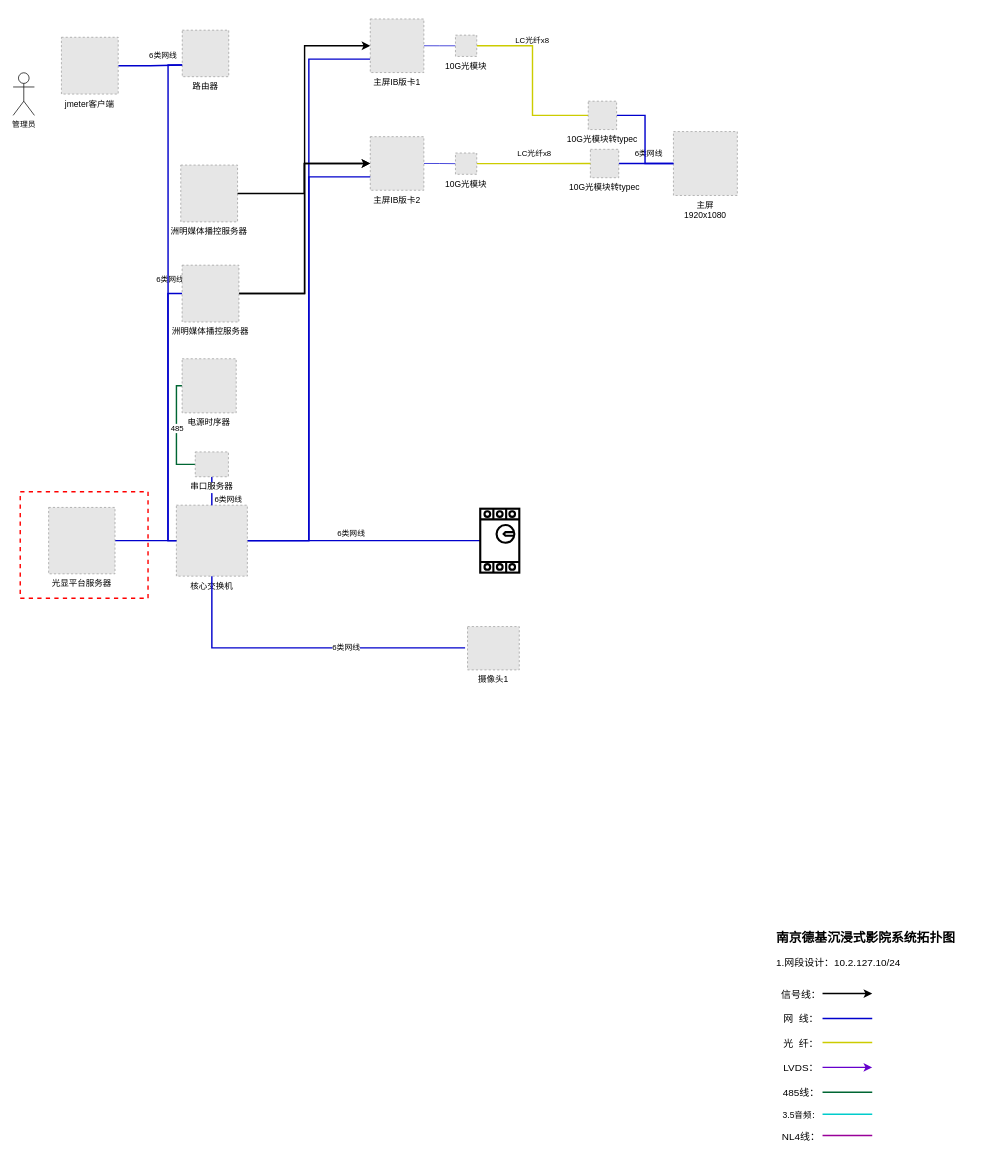
Above: 南京德基沉浸式影院系统拓扑.drawio in StephenYoung007/ajax (draw.io), before the change. Source tidied: cells renumbered, new cells numbered last; positions are measured from the earlier drawing's top-left corner, leaving out a move shared by most shapes. Both pictures are drawn from the tidied source at 71%, with x=0, y=0 at pixel (13, 18). Pictures stored in the file or linked from it are replaced by grey dashed boxes.
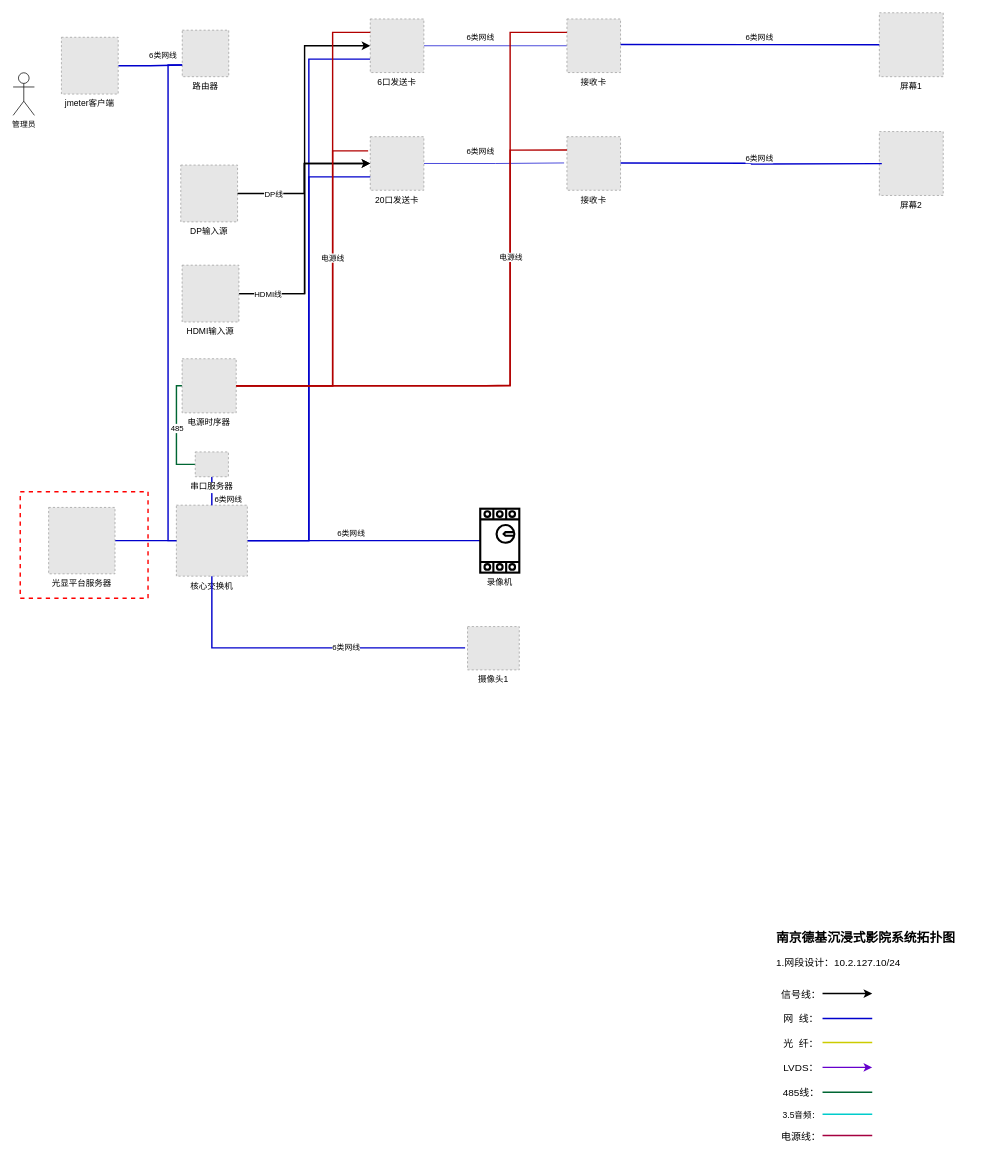
After the change.

Commit message (it also covers changes not shown here):
更新南京德基沉浸式影院系统拓扑.drawio

The change refers to these unchanged cells:
```xml
<mxCell id="8" style="edgeStyle=orthogonalEdgeStyle;shape=connector;rounded=0;jettySize=auto;html=1;exitX=1;exitY=0.5;exitDx=0;exitDy=0;entryX=0;entryY=0.5;entryDx=0;entryDy=0;labelBackgroundColor=default;strokeColor=default;strokeWidth=2;align=center;verticalAlign=middle;fontFamily=Helvetica;fontSize=11;fontColor=default;endArrow=classic;" parent="1" edge="1" source="9" target="64">
  <mxGeometry relative="1" as="geometry" />
</mxCell>
<mxCell id="21" value="核心交换机" style="fillColor=#E6E6E6;strokeColor=#999999;dashed=1;verticalLabelPosition=bottom;labelBackgroundColor=default;verticalAlign=top;" parent="1" vertex="1">
  <mxGeometry x="229.9" y="685" width="100" height="100" as="geometry" />
</mxCell>
<mxCell id="24" value="电源时序器" style="fillColor=#E6E6E6;strokeColor=#999999;dashed=1;verticalLabelPosition=bottom;labelBackgroundColor=default;verticalAlign=top;" parent="1" vertex="1">
  <mxGeometry x="238" y="478.8" width="76.2" height="76.2" as="geometry" />
</mxCell>
<mxCell id="59" style="group;" parent="40" vertex="1">
  <mxGeometry y="200" width="130" height="30" as="geometry" />
</mxCell>
<mxCell id="70" style="endArrow=classic;html=1;rounded=0;edgeStyle=orthogonalEdgeStyle;exitX=1;exitY=0.5;exitDx=0;exitDy=0;strokeWidth=2;entryX=0;entryY=0.5;entryDx=0;entryDy=0;" parent="1" edge="1" source="69" target="4">
  <mxGeometry relative="1" as="geometry">
    <Array as="points">
      <mxPoint x="410" y="246" />
      <mxPoint x="410" y="204" />
    </Array>
  </mxGeometry>
</mxCell>
```

What changed in the source:
```diff
@@
-    <mxCell id="3" style="edgeStyle=orthogonalEdgeStyle;rounded=0;jettySize=auto;html=1;exitX=1;exitY=0.5;exitDx=0;exitDy=0;entryX=0;entryY=0.5;entryDx=0;entryDy=0;strokeColor=#0000CC;endArrow=none;endFill=0;" parent="1" edge="1" source="4" target="16">
+    <mxCell id="3" style="edgeStyle=orthogonalEdgeStyle;rounded=0;jettySize=auto;html=1;exitX=1;exitY=0.5;exitDx=0;exitDy=0;entryX=-0.053;entryY=0.49;entryDx=0;entryDy=0;strokeColor=#0000CC;endArrow=none;endFill=0;entryPerimeter=0;" parent="1" edge="1" source="4" target="76">
       <mxGeometry relative="1" as="geometry" />
     </mxCell>
-    <mxCell id="4" value="主屏IB版卡2" style="fillColor=#E6E6E6;strokeColor=#999999;dashed=1;verticalLabelPosition=bottom;labelBackgroundColor=default;verticalAlign=top;" parent="1" vertex="1">
+    <mxCell id="4" value="20口发送卡" style="fillColor=#E6E6E6;strokeColor=#999999;dashed=1;verticalLabelPosition=bottom;labelBackgroundColor=default;verticalAlign=top;" parent="1" vertex="1">
       <mxGeometry x="503" y="166" width="75.5" height="75.5" as="geometry" />
     </mxCell>
@@
-    <mxCell id="6" style="edgeStyle=orthogonalEdgeStyle;shape=connector;rounded=0;jettySize=auto;html=1;exitX=0;exitY=0.5;exitDx=0;exitDy=0;entryX=0;entryY=0.5;entryDx=0;entryDy=0;labelBackgroundColor=default;strokeColor=#0000CC;strokeWidth=2;align=center;verticalAlign=middle;fontFamily=Helvetica;fontSize=11;fontColor=default;endArrow=none;endFill=0;" parent="1" edge="1" source="9" target="21">
-      <mxGeometry relative="1" as="geometry" />
-    </mxCell>
-    <mxCell id="7" value="6类网线" style="edgeLabel;html=1;align=center;verticalAlign=middle;fontSize=11;fontFamily=Helvetica;fontColor=default;" parent="6" vertex="1">
-      <mxGeometry x="-0.94" y="2" relative="1" as="geometry">
-        <mxPoint x="-7" y="-23" as="offset" />
-      </mxGeometry>
-    </mxCell>
@@
+    <mxCell id="72" value="HDMI线" style="edgeLabel;html=1;align=center;verticalAlign=middle;" parent="8" vertex="1">
+      <mxGeometry x="-0.85" y="-1" relative="1" as="geometry" />
+    </mxCell>
-    <mxCell id="9" value="洲明媒体播控服务器" style="fillColor=#E6E6E6;strokeColor=#999999;dashed=1;verticalLabelPosition=bottom;labelBackgroundColor=default;verticalAlign=top;" parent="1" vertex="1">
+    <mxCell id="9" value="HDMI输入源" style="fillColor=#E6E6E6;strokeColor=#999999;dashed=1;verticalLabelPosition=bottom;labelBackgroundColor=default;verticalAlign=top;" parent="1" vertex="1">
       <mxGeometry x="238" y="347" width="80" height="80" as="geometry" />
     </mxCell>
-    <mxCell id="10" value="主屏&#10;1920x1080" style="fillColor=#E6E6E6;strokeColor=#999999;dashed=1;verticalLabelPosition=bottom;labelBackgroundColor=default;verticalAlign=top;" parent="1" vertex="1">
-      <mxGeometry x="930" y="158.8" width="90" height="90" as="geometry" />
+    <mxCell id="10" value="屏幕1" style="fillColor=#E6E6E6;strokeColor=#999999;dashed=1;verticalLabelPosition=bottom;labelBackgroundColor=default;verticalAlign=top;" parent="1" vertex="1">
+      <mxGeometry x="1220" y="-8.5" width="90" height="90" as="geometry" />
     </mxCell>
-    <mxCell id="11" style="edgeStyle=orthogonalEdgeStyle;rounded=0;jettySize=auto;html=1;exitX=1;exitY=0.5;exitDx=0;exitDy=0;strokeColor=#0000CC;strokeWidth=2;endArrow=none;endFill=0;" parent="1" edge="1" source="13" target="10">
-      <mxGeometry relative="1" as="geometry" />
-    </mxCell>
-    <mxCell id="12" value="6类网线" style="edgeLabel;html=1;align=center;verticalAlign=middle;fontSize=11;fontFamily=Helvetica;fontColor=default;" parent="11" vertex="1">
-      <mxGeometry x="0.06" y="4" relative="1" as="geometry">
-        <mxPoint y="-10" as="offset" />
-      </mxGeometry>
-    </mxCell>
-    <mxCell id="13" value="10G光模块转typec" style="fillColor=#E6E6E6;strokeColor=#999999;dashed=1;verticalLabelPosition=bottom;labelBackgroundColor=default;verticalAlign=top;" parent="1" vertex="1">
-      <mxGeometry x="813" y="183.8" width="40" height="40" as="geometry" />
-    </mxCell>
-    <mxCell id="14" style="edgeStyle=orthogonalEdgeStyle;rounded=0;jettySize=auto;html=1;exitX=1;exitY=0.5;exitDx=0;exitDy=0;strokeColor=#CCCC00;strokeWidth=2;endArrow=none;endFill=0;" parent="1" edge="1" source="16" target="13">
-      <mxGeometry relative="1" as="geometry" />
-    </mxCell>
-    <mxCell id="15" value="LC光纤x8" style="edgeLabel;html=1;align=center;verticalAlign=middle;" parent="14" vertex="1">
-      <mxGeometry x="-0.19" y="-2" relative="1" as="geometry">
-        <mxPoint x="15" y="-17" as="offset" />
-      </mxGeometry>
-    </mxCell>
-    <mxCell id="16" value="10G光模块" style="fillColor=#E6E6E6;strokeColor=#999999;dashed=1;verticalLabelPosition=bottom;labelBackgroundColor=default;verticalAlign=top;" parent="1" vertex="1">
-      <mxGeometry x="623" y="189" width="30" height="30" as="geometry" />
-    </mxCell>
@@
+    <mxCell id="73" style="edgeStyle=orthogonalEdgeStyle;rounded=0;jettySize=auto;html=1;fillColor=#e51400;strokeColor=#B20000;endArrow=none;startFill=0;strokeWidth=2;" parent="1" edge="1" source="24">
+      <mxGeometry relative="1" as="geometry">
+        <mxPoint x="500" y="186" as="targetPoint" />
+        <Array as="points">
+          <mxPoint x="450" y="517" />
+          <mxPoint x="450" y="186" />
+          <mxPoint x="480" y="186" />
+        </Array>
+      </mxGeometry>
+    </mxCell>
@@
-    <mxCell id="60" value="NL4线：" style="text;html=1;strokeColor=none;fillColor=none;align=center;verticalAlign=middle;whiteSpace=wrap;rounded=0;fontSize=14;fontFamily=Helvetica;fontColor=default;" parent="59" vertex="1">
+    <mxCell id="60" value="电源线：" style="text;html=1;strokeColor=none;fillColor=none;align=center;verticalAlign=middle;whiteSpace=wrap;rounded=0;fontSize=14;fontFamily=Helvetica;fontColor=default;" parent="59" vertex="1">
       <mxGeometry width="60" height="30" as="geometry" />
     </mxCell>
-    <mxCell id="61" style="endArrow=none;html=1;rounded=0;labelBackgroundColor=default;strokeColor=#990099;strokeWidth=2;align=center;verticalAlign=middle;fontFamily=Helvetica;fontSize=11;fontColor=default;shape=connector;edgeStyle=orthogonalEdgeStyle;endFill=0;" parent="59" edge="1">
+    <mxCell id="61" style="endArrow=none;html=1;rounded=0;labelBackgroundColor=default;strokeColor=#A50040;strokeWidth=2;align=center;verticalAlign=middle;fontFamily=Helvetica;fontSize=11;fontColor=default;shape=connector;edgeStyle=orthogonalEdgeStyle;endFill=0;fillColor=#d80073;" parent="59" edge="1">
       <mxGeometry relative="1" as="geometry">
         <mxPoint x="60" y="14.4" as="sourcePoint" />
         <mxPoint x="130" y="14.4" as="targetPoint" />
       </mxGeometry>
     </mxCell>
-    <mxCell id="62" style="edgeStyle=orthogonalEdgeStyle;shape=connector;rounded=0;jettySize=auto;html=1;exitX=1;exitY=0.5;exitDx=0;exitDy=0;entryX=0;entryY=0.5;entryDx=0;entryDy=0;labelBackgroundColor=default;strokeColor=#CCCC00;strokeWidth=2;align=center;verticalAlign=middle;fontFamily=Helvetica;fontSize=11;fontColor=default;endArrow=none;endFill=0;" parent="1" edge="1" source="67" target="66">
-      <mxGeometry relative="1" as="geometry" />
-    </mxCell>
-    <mxCell id="63" style="edgeStyle=orthogonalEdgeStyle;shape=connector;rounded=0;jettySize=auto;html=1;exitX=1;exitY=0.5;exitDx=0;exitDy=0;entryX=0;entryY=0.5;entryDx=0;entryDy=0;labelBackgroundColor=default;strokeColor=#0000CC;align=center;verticalAlign=middle;fontFamily=Helvetica;fontSize=11;fontColor=default;endArrow=none;endFill=0;" parent="1" edge="1" source="64" target="67">
+    <mxCell id="63" style="edgeStyle=orthogonalEdgeStyle;shape=connector;rounded=0;jettySize=auto;html=1;exitX=1;exitY=0.5;exitDx=0;exitDy=0;entryX=0;entryY=0.5;entryDx=0;entryDy=0;labelBackgroundColor=default;strokeColor=#0000CC;align=center;verticalAlign=middle;fontFamily=Helvetica;fontSize=11;fontColor=default;endArrow=none;endFill=0;" parent="1" edge="1" source="64" target="75">
       <mxGeometry relative="1" as="geometry" />
     </mxCell>
-    <mxCell id="64" value="主屏IB版卡1" style="fillColor=#E6E6E6;strokeColor=#999999;dashed=1;verticalLabelPosition=bottom;labelBackgroundColor=default;verticalAlign=top;" parent="1" vertex="1">
+    <mxCell id="64" value="6口发送卡" style="fillColor=#E6E6E6;strokeColor=#999999;dashed=1;verticalLabelPosition=bottom;labelBackgroundColor=default;verticalAlign=top;" parent="1" vertex="1">
       <mxGeometry x="503" y="0.2" width="75.5" height="75.5" as="geometry" />
     </mxCell>
-    <mxCell id="65" style="edgeStyle=orthogonalEdgeStyle;shape=connector;rounded=0;jettySize=auto;html=1;exitX=1;exitY=0.5;exitDx=0;exitDy=0;entryX=0;entryY=0.5;entryDx=0;entryDy=0;labelBackgroundColor=default;strokeColor=#0000CC;strokeWidth=2;align=center;verticalAlign=middle;fontFamily=Helvetica;fontSize=11;fontColor=default;endArrow=none;endFill=0;" parent="1" edge="1" source="66" target="10">
+    <mxCell id="65" style="edgeStyle=orthogonalEdgeStyle;shape=connector;rounded=0;jettySize=auto;html=1;exitX=0.949;exitY=0.478;exitDx=0;exitDy=0;entryX=0;entryY=0.5;entryDx=0;entryDy=0;labelBackgroundColor=default;strokeColor=#0000CC;strokeWidth=2;align=center;verticalAlign=middle;fontFamily=Helvetica;fontSize=11;fontColor=default;endArrow=none;endFill=0;exitPerimeter=0;" parent="1" edge="1" source="75" target="10">
       <mxGeometry relative="1" as="geometry" />
     </mxCell>
-    <mxCell id="66" value="10G光模块转typec" style="fillColor=#E6E6E6;strokeColor=#999999;dashed=1;verticalLabelPosition=bottom;labelBackgroundColor=default;verticalAlign=top;" parent="1" vertex="1">
-      <mxGeometry x="810" y="116" width="40" height="40" as="geometry" />
-    </mxCell>
-    <mxCell id="67" value="10G光模块" style="fillColor=#E6E6E6;strokeColor=#999999;dashed=1;verticalLabelPosition=bottom;labelBackgroundColor=default;verticalAlign=top;" parent="1" vertex="1">
-      <mxGeometry x="623" y="23" width="30" height="30" as="geometry" />
-    </mxCell>
-    <mxCell id="68" value="LC光纤x8" style="edgeLabel;html=1;align=center;verticalAlign=middle;" parent="1" vertex="1">
-      <mxGeometry x="730" y="29.2" as="geometry" />
-    </mxCell>
-    <mxCell id="69" value="洲明媒体播控服务器" style="fillColor=#E6E6E6;strokeColor=#999999;dashed=1;verticalLabelPosition=bottom;labelBackgroundColor=default;verticalAlign=top;" parent="1" vertex="1">
+    <mxCell id="69" value="DP输入源" style="fillColor=#E6E6E6;strokeColor=#999999;dashed=1;verticalLabelPosition=bottom;labelBackgroundColor=default;verticalAlign=top;" parent="1" vertex="1">
       <mxGeometry x="236.1" y="206" width="80" height="80" as="geometry" />
     </mxCell>
@@
+    <mxCell id="74" value="DP线" style="edgeLabel;html=1;align=center;verticalAlign=middle;" parent="70" vertex="1">
+      <mxGeometry x="-0.56" y="-1" relative="1" as="geometry" />
+    </mxCell>
-    <mxCell id="71" style="verticalLabelPosition=bottom;dashed=0;shadow=0;html=1;align=center;verticalAlign=top;shape=mxgraph.cabinets.motor_cb_125_400a;strokeWidth=3;" parent="1" vertex="1">
+    <mxCell id="71" value="录像机" style="verticalLabelPosition=bottom;dashed=0;shadow=0;html=1;align=center;verticalAlign=top;shape=mxgraph.cabinets.motor_cb_125_400a;strokeWidth=3;" parent="1" vertex="1">
       <mxGeometry x="657.9" y="690" width="55" height="90" as="geometry" />
     </mxCell>
+    <mxCell id="75" value="接收卡" style="fillColor=#E6E6E6;strokeColor=#999999;dashed=1;verticalLabelPosition=bottom;labelBackgroundColor=default;verticalAlign=top;" parent="1" vertex="1">
+      <mxGeometry x="780" y="0.2" width="75.5" height="75.5" as="geometry" />
+    </mxCell>
+    <mxCell id="76" value="接收卡" style="fillColor=#E6E6E6;strokeColor=#999999;dashed=1;verticalLabelPosition=bottom;labelBackgroundColor=default;verticalAlign=top;" parent="1" vertex="1">
+      <mxGeometry x="780" y="166" width="75.5" height="75.5" as="geometry" />
+    </mxCell>
+    <mxCell id="77" value="6类网线" style="edgeLabel;html=1;align=center;verticalAlign=middle;fontSize=11;fontFamily=Helvetica;fontColor=default;" parent="1" vertex="1">
+      <mxGeometry x="657.9" y="186" as="geometry" />
+    </mxCell>
+    <mxCell id="78" value="6类网线" style="edgeLabel;html=1;align=center;verticalAlign=middle;fontSize=11;fontFamily=Helvetica;fontColor=default;" parent="1" vertex="1">
+      <mxGeometry x="657.9" y="26" as="geometry" />
+    </mxCell>
+    <mxCell id="79" value="6类网线" style="edgeLabel;html=1;align=center;verticalAlign=middle;fontSize=11;fontFamily=Helvetica;fontColor=default;" parent="1" vertex="1">
+      <mxGeometry x="1050" y="26" as="geometry" />
+    </mxCell>
+    <mxCell id="80" value="屏幕2" style="fillColor=#E6E6E6;strokeColor=#999999;dashed=1;verticalLabelPosition=bottom;labelBackgroundColor=default;verticalAlign=top;" parent="1" vertex="1">
+      <mxGeometry x="1220" y="158.8" width="90" height="90" as="geometry" />
+    </mxCell>
+    <mxCell id="81" style="edgeStyle=orthogonalEdgeStyle;shape=connector;rounded=0;orthogonalLoop=1;jettySize=auto;html=1;exitX=0.949;exitY=0.478;exitDx=0;exitDy=0;entryX=0;entryY=0.5;entryDx=0;entryDy=0;labelBackgroundColor=default;strokeColor=#0000CC;strokeWidth=2;align=center;verticalAlign=middle;fontFamily=Helvetica;fontSize=11;fontColor=default;endArrow=none;endFill=0;exitPerimeter=0;" parent="1" edge="1">
+      <mxGeometry relative="1" as="geometry">
+        <mxPoint x="855.5" y="203" as="sourcePoint" />
+        <mxPoint x="1223.5" y="204" as="targetPoint" />
+      </mxGeometry>
+    </mxCell>
+    <mxCell id="82" value="6类网线" style="edgeLabel;html=1;align=center;verticalAlign=middle;fontSize=11;fontFamily=Helvetica;fontColor=default;" parent="1" vertex="1">
+      <mxGeometry x="1050" y="196" as="geometry" />
+    </mxCell>
+    <mxCell id="83" style="edgeStyle=orthogonalEdgeStyle;rounded=0;jettySize=auto;html=1;fillColor=#e51400;strokeColor=#B20000;exitX=1;exitY=0.5;exitDx=0;exitDy=0;endArrow=none;startFill=0;entryX=0;entryY=0.25;entryDx=0;entryDy=0;strokeWidth=2;" parent="1" edge="1" source="24" target="64">
+      <mxGeometry relative="1" as="geometry">
+        <Array as="points">
+          <mxPoint x="450" y="517" />
+          <mxPoint x="450" y="19" />
+        </Array>
+      </mxGeometry>
+    </mxCell>
+    <mxCell id="84" value="电源线" style="edgeLabel;html=1;align=center;verticalAlign=middle;" parent="83" vertex="1">
+      <mxGeometry x="-0.34" y="1" relative="1" as="geometry">
+        <mxPoint y="-89" as="offset" />
+      </mxGeometry>
+    </mxCell>
+    <mxCell id="85" style="edgeStyle=orthogonalEdgeStyle;rounded=0;jettySize=auto;html=1;fillColor=#e51400;strokeColor=#B20000;exitX=1;exitY=0.5;exitDx=0;exitDy=0;endArrow=none;startFill=0;entryX=0;entryY=0.25;entryDx=0;entryDy=0;strokeWidth=2;" parent="1" edge="1" source="24" target="76">
+      <mxGeometry relative="1" as="geometry">
+        <Array as="points">
+          <mxPoint x="700" y="517" />
+          <mxPoint x="700" y="185" />
+          <mxPoint x="780" y="185" />
+        </Array>
+      </mxGeometry>
+    </mxCell>
+    <mxCell id="86" style="edgeStyle=orthogonalEdgeStyle;rounded=0;jettySize=auto;html=1;fillColor=#e51400;strokeColor=#B20000;exitX=1;exitY=0.5;exitDx=0;exitDy=0;endArrow=none;startFill=0;entryX=0;entryY=0.25;entryDx=0;entryDy=0;strokeWidth=2;" parent="1" edge="1" source="24" target="75">
+      <mxGeometry relative="1" as="geometry">
+        <Array as="points">
+          <mxPoint x="666" y="517" />
+          <mxPoint x="700" y="516" />
+          <mxPoint x="700" y="19" />
+        </Array>
+      </mxGeometry>
+    </mxCell>
+    <mxCell id="87" value="电源线" style="edgeLabel;html=1;align=center;verticalAlign=middle;" parent="86" vertex="1">
+      <mxGeometry x="0.31" relative="1" as="geometry">
+        <mxPoint y="65" as="offset" />
+      </mxGeometry>
+    </mxCell>
```
